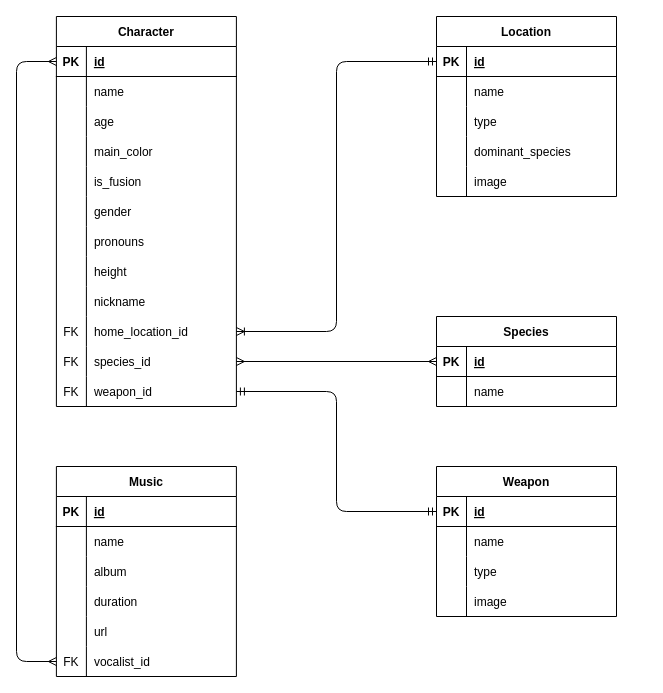
This is db-model.drawio from LiviaDevolder/clear-sale, a draw.io file, before an edit. Source tidied: cells renumbered, new cells numbered last; positions are measured from the earlier drawing's top-left corner, leaving out a move shared by most shapes. Both pictures are drawn from the tidied source at 100%, with x=0, y=0 at pixel (16, 16).
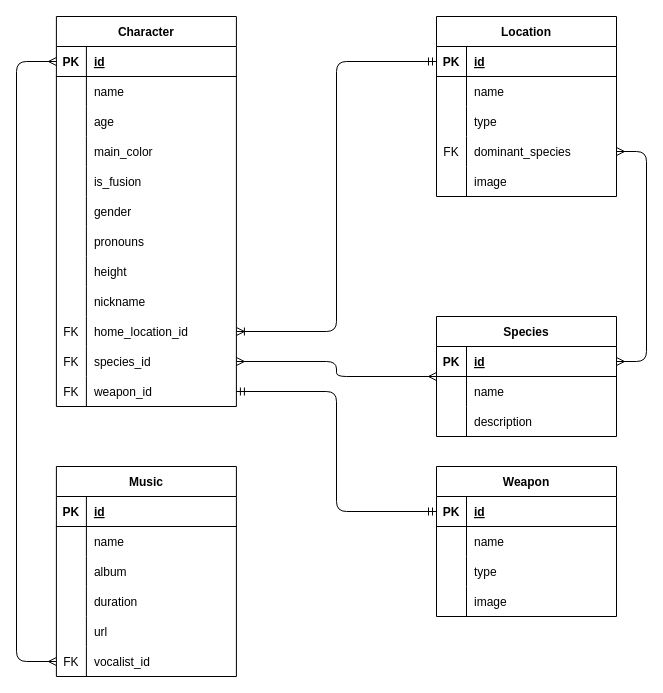
The same diagram, later.

Commit message:
docs: add species description to db model

The change refers to these unchanged cells:
```xml
<mxCell id="49" style="shape=tableRow;horizontal=0;startSize=0;swimlaneHead=0;swimlaneBody=0;fillColor=none;points=[[0,0.5],[1,0.5]];portConstraint=eastwest;top=0;left=0;right=0;bottom=0;" parent="39" vertex="1">
  <mxGeometry y="120" width="180" height="30" as="geometry" />
</mxCell>
<mxCell id="88" style="shape=tableRow;horizontal=0;startSize=0;swimlaneHead=0;swimlaneBody=0;fillColor=none;points=[[0,0.5],[1,0.5]];portConstraint=eastwest;top=0;left=0;right=0;bottom=1;" parent="87" vertex="1">
  <mxGeometry y="30" width="180" height="30" as="geometry" />
</mxCell>
```

Diff of the diagram source:
```diff
@@
-    <mxCell id="50" style="shape=partialRectangle;fillColor=none;top=0;left=0;bottom=0;right=0;overflow=hidden;" parent="49" vertex="1">
+    <mxCell id="50" value="FK" style="shape=partialRectangle;fillColor=none;top=0;left=0;bottom=0;right=0;overflow=hidden;" parent="49" vertex="1">
       <mxGeometry width="30" height="30" as="geometry" />
     </mxCell>
@@
     <mxCell id="87" value="Species" style="shape=table;startSize=30;childLayout=tableLayout;rowLines=0;fontStyle=1;align=center;" parent="1" vertex="1">
-      <mxGeometry x="420" y="300" width="180" height="90" as="geometry" />
+      <mxGeometry x="420" y="300" width="180" height="120" as="geometry" />
     </mxCell>
@@
+    <mxCell id="98" style="shape=tableRow;horizontal=0;startSize=0;swimlaneHead=0;swimlaneBody=0;fillColor=none;top=0;left=0;right=0;bottom=0;" parent="87" vertex="1">
+      <mxGeometry y="90" width="180" height="30" as="geometry" />
+    </mxCell>
+    <mxCell id="99" style="shape=partialRectangle;fillColor=none;top=0;left=0;bottom=0;right=0;overflow=hidden;" parent="98" vertex="1">
+      <mxGeometry width="30" height="30" as="geometry" />
+    </mxCell>
+    <mxCell id="100" value="description" style="shape=partialRectangle;fillColor=none;top=0;left=0;bottom=0;right=0;align=left;spacingLeft=6;overflow=hidden;" parent="98" vertex="1">
+      <mxGeometry x="30" width="150" height="30" as="geometry" />
+    </mxCell>
@@
+    <mxCell id="101" style="edgeStyle=entityRelationEdgeStyle;fontSize=12;html=1;endArrow=ERmany;startArrow=ERmany;entryX=1;entryY=0.5;entryDx=0;entryDy=0;exitX=1;exitY=0.5;exitDx=0;exitDy=0;" parent="1" edge="1" source="88" target="49">
+      <mxGeometry relative="1" as="geometry" />
+    </mxCell>
```
